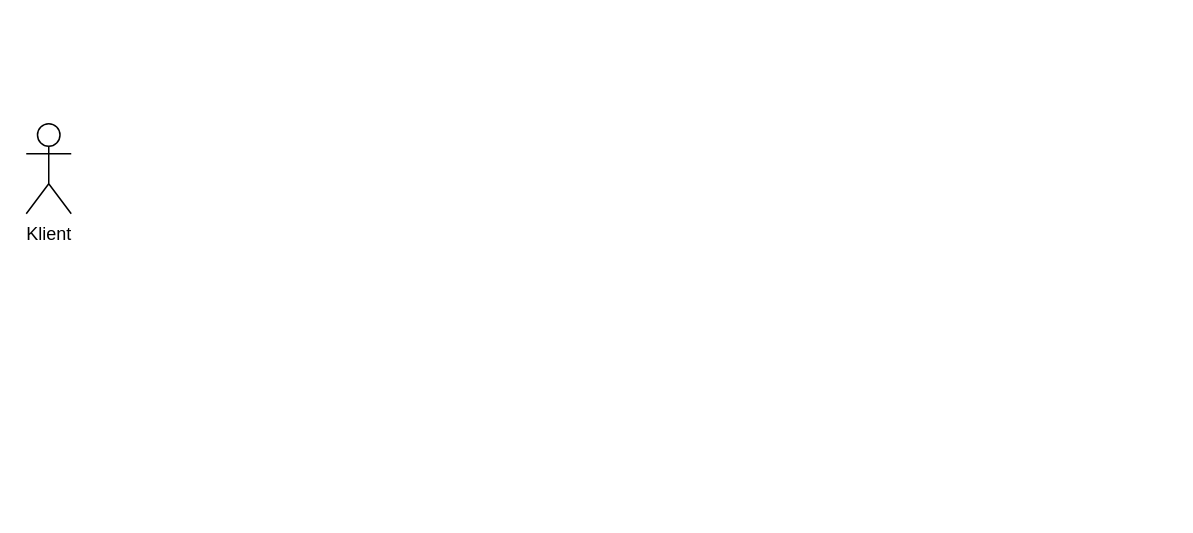
Above: SPR03_Bieniaszewski_Drząszcz.drawio in imgres2002/projekt_PSI (draw.io), before the change. Source tidied: cells renumbered, new cells numbered last; positions are measured from the earlier drawing's top-left corner, leaving out a move shared by most shapes. Both pictures are drawn from the tidied source at 150%, with x=0, y=0 at pixel (26, 123).
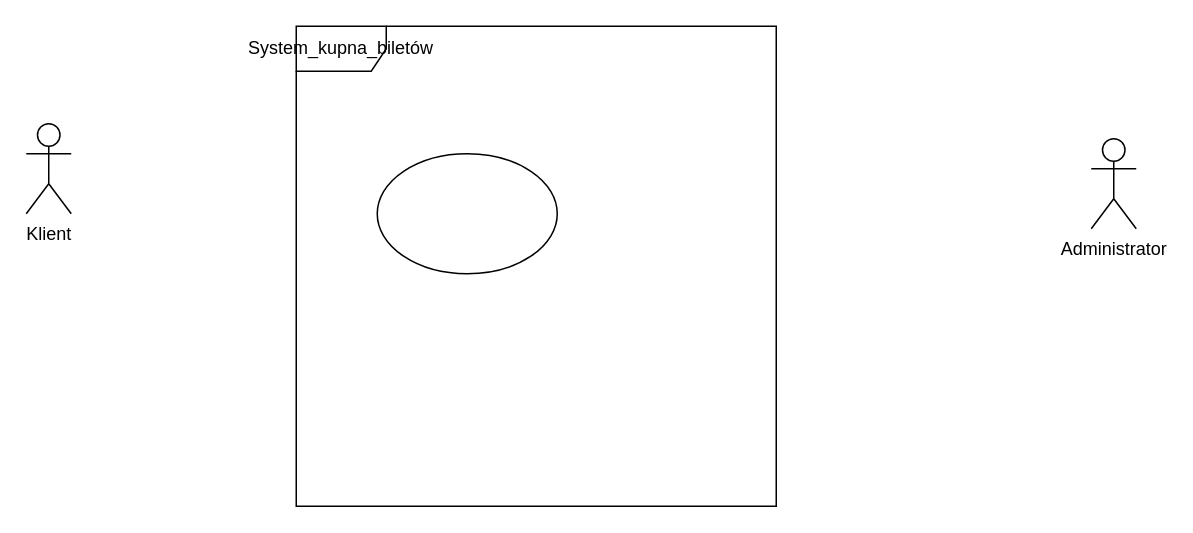
The same page after the edit.

What changed in the source:
```diff
@@
 <mxGraphModel>
   <root>
     <mxCell id="0" />
     <mxCell id="1" parent="0" />
     <mxCell id="2" value="Klient" style="shape=umlActor;verticalLabelPosition=bottom;verticalAlign=top;html=1;" parent="1" vertex="1">
       <mxGeometry width="30" height="60" as="geometry" />
     </mxCell>
+    <mxCell id="3" value="System_kupna_biletów" style="shape=umlFrame;whiteSpace=wrap;html=1;" parent="1" vertex="1">
+      <mxGeometry x="180" y="-65" width="320" height="320" as="geometry" />
+    </mxCell>
+    <mxCell id="4" value="Administrator" style="shape=umlActor;verticalLabelPosition=bottom;verticalAlign=top;html=1;" parent="1" vertex="1">
+      <mxGeometry x="710" y="10" width="30" height="60" as="geometry" />
+    </mxCell>
+    <mxCell id="5" style="ellipse;whiteSpace=wrap;html=1;" parent="1" vertex="1">
+      <mxGeometry x="234" y="20" width="120" height="80" as="geometry" />
+    </mxCell>
   </root>
 </mxGraphModel>
```
